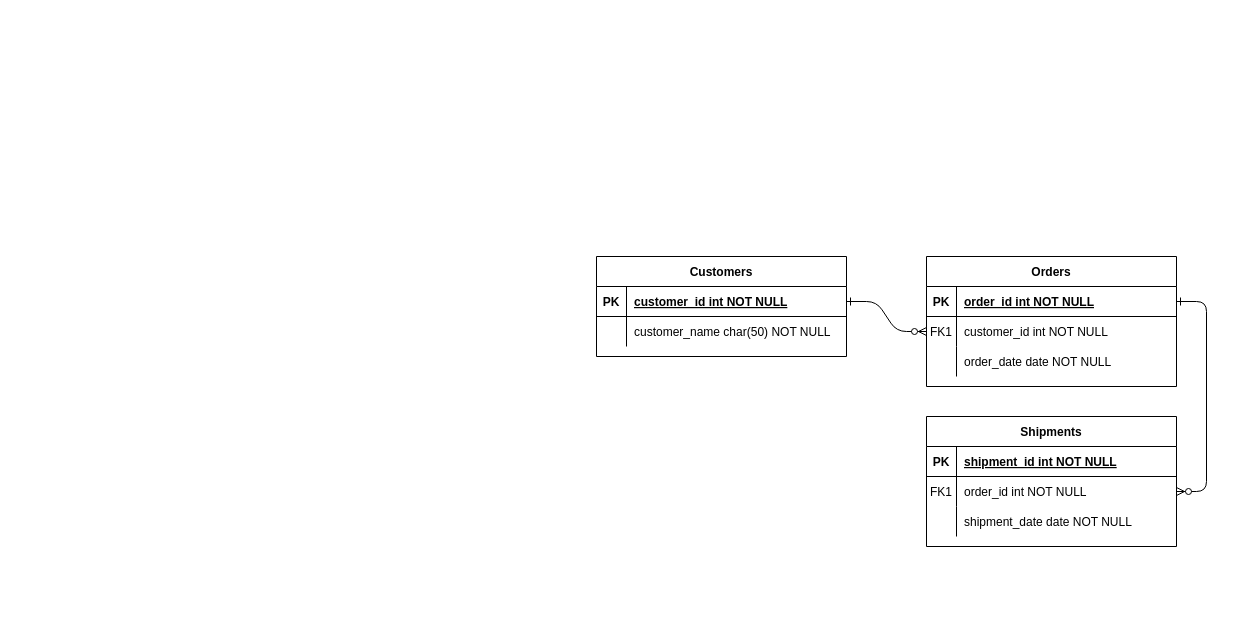
Above: Untitled Diagram.drawio in Chris-burd91/QA (draw.io), before the change. Source tidied: cells renumbered, new cells numbered last; positions are measured from the earlier drawing's top-left corner, leaving out a move shared by most shapes. Both pictures are drawn from the tidied source at 100%, with x=0, y=0 at pixel (596, 256).
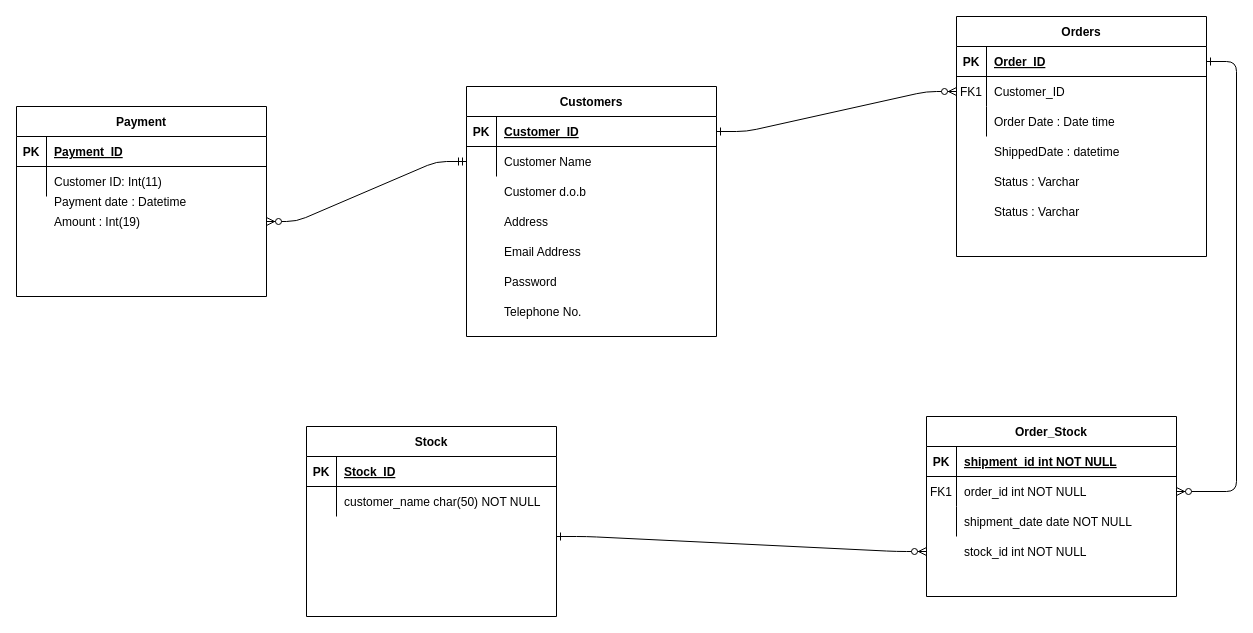
The same diagram, later.

Commit message:
Guitar Shop ERD

The change refers to these unchanged cells:
```xml
<mxCell id="5" style="shape=partialRectangle;fillColor=none;points=[[0,0.5],[1,0.5]];portConstraint=eastwest;top=0;left=0;right=0;bottom=1;" parent="4" vertex="1">
  <mxGeometry y="30" width="250" height="30" as="geometry" />
</mxCell>
<mxCell id="8" style="shape=partialRectangle;fillColor=none;points=[[0,0.5],[1,0.5]];portConstraint=eastwest;top=0;left=0;right=0;bottom=0;" parent="4" vertex="1">
  <mxGeometry y="60" width="250" height="30" as="geometry" />
</mxCell>
<mxCell id="11" style="shape=partialRectangle;fillColor=none;top=0;left=0;right=0;bottom=0;" parent="4" vertex="1">
  <mxGeometry y="90" width="250" height="30" as="geometry" />
</mxCell>
<mxCell id="25" style="shape=partialRectangle;fillColor=none;points=[[0,0.5],[1,0.5]];portConstraint=eastwest;top=0;left=0;right=0;bottom=1;" parent="24" vertex="1">
  <mxGeometry y="30" width="250" height="30" as="geometry" />
</mxCell>
<mxCell id="28" style="shape=partialRectangle;fillColor=none;points=[[0,0.5],[1,0.5]];portConstraint=eastwest;top=0;left=0;right=0;bottom=0;" parent="24" vertex="1">
  <mxGeometry y="60" width="250" height="30" as="geometry" />
</mxCell>
```

Change to the diagram source:
```diff
@@
+    <mxCell id="14" value="Order_Stock" style="shape=table;startSize=30;childLayout=tableLayout;rowLines=0;fontStyle=1;align=center;" parent="1" vertex="1">
+      <mxGeometry x="330" y="160" width="250" height="180" as="geometry" />
+    </mxCell>
+    <mxCell id="15" style="shape=partialRectangle;fillColor=none;top=0;left=0;right=0;bottom=1;" parent="14" vertex="1">
+      <mxGeometry y="30" width="250" height="30" as="geometry" />
+    </mxCell>
+    <mxCell id="16" value="PK" style="shape=partialRectangle;overflow=hidden;fillColor=none;top=0;left=0;bottom=0;right=0;fontStyle=1;" parent="15" vertex="1">
+      <mxGeometry width="30" height="30" as="geometry" />
+    </mxCell>
+    <mxCell id="17" value="shipment_id int NOT NULL " style="shape=partialRectangle;overflow=hidden;fillColor=none;top=0;left=0;bottom=0;right=0;align=left;spacingLeft=6;fontStyle=5;" parent="15" vertex="1">
+      <mxGeometry x="30" width="220" height="30" as="geometry" />
+    </mxCell>
+    <mxCell id="18" style="shape=partialRectangle;fillColor=none;points=[[0,0.5],[1,0.5]];portConstraint=eastwest;top=0;left=0;right=0;bottom=0;" parent="14" vertex="1">
+      <mxGeometry y="60" width="250" height="30" as="geometry" />
+    </mxCell>
+    <mxCell id="19" value="FK1" style="shape=partialRectangle;overflow=hidden;fillColor=none;top=0;left=0;bottom=0;right=0;" parent="18" vertex="1">
+      <mxGeometry width="30" height="30" as="geometry" />
+    </mxCell>
+    <mxCell id="20" value="order_id int NOT NULL" style="shape=partialRectangle;overflow=hidden;fillColor=none;top=0;left=0;bottom=0;right=0;align=left;spacingLeft=6;" parent="18" vertex="1">
+      <mxGeometry x="30" width="220" height="30" as="geometry" />
+    </mxCell>
+    <mxCell id="21" style="shape=partialRectangle;fillColor=none;top=0;left=0;right=0;bottom=0;" parent="14" vertex="1">
+      <mxGeometry y="90" width="250" height="30" as="geometry" />
+    </mxCell>
+    <mxCell id="22" style="shape=partialRectangle;overflow=hidden;fillColor=none;top=0;left=0;bottom=0;right=0;" parent="21" vertex="1">
+      <mxGeometry width="30" height="30" as="geometry" />
+    </mxCell>
+    <mxCell id="23" value="shipment_date date NOT NULL" style="shape=partialRectangle;overflow=hidden;fillColor=none;top=0;left=0;bottom=0;right=0;align=left;spacingLeft=6;" parent="21" vertex="1">
+      <mxGeometry x="30" width="220" height="30" as="geometry" />
+    </mxCell>
+    <mxCell id="31" value="stock_id int NOT NULL" style="shape=partialRectangle;overflow=hidden;fillColor=none;top=0;left=0;bottom=0;right=0;align=left;spacingLeft=6;" parent="1" vertex="1">
+      <mxGeometry x="360" y="280" width="220" height="30" as="geometry" />
+    </mxCell>
     <mxCell id="4" value="Orders" style="shape=table;startSize=30;childLayout=tableLayout;rowLines=0;fontStyle=1;align=center;" parent="1" vertex="1">
-      <mxGeometry x="330" width="250" height="130" as="geometry" />
+      <mxGeometry x="360" y="-240" width="250" height="240" as="geometry" />
     </mxCell>
@@
-    <mxCell id="7" value="order_id int NOT NULL " style="shape=partialRectangle;overflow=hidden;fillColor=none;top=0;left=0;bottom=0;right=0;align=left;spacingLeft=6;fontStyle=5;" parent="5" vertex="1">
+    <mxCell id="7" value="Order_ID" style="shape=partialRectangle;overflow=hidden;fillColor=none;top=0;left=0;bottom=0;right=0;align=left;spacingLeft=6;fontStyle=5;" parent="5" vertex="1">
       <mxGeometry x="30" width="220" height="30" as="geometry" />
     </mxCell>
@@
-    <mxCell id="10" value="customer_id int NOT NULL" style="shape=partialRectangle;overflow=hidden;fillColor=none;top=0;left=0;bottom=0;right=0;align=left;spacingLeft=6;" parent="8" vertex="1">
+    <mxCell id="10" value="Customer_ID" style="shape=partialRectangle;overflow=hidden;fillColor=none;top=0;left=0;bottom=0;right=0;align=left;spacingLeft=6;" parent="8" vertex="1">
       <mxGeometry x="30" width="220" height="30" as="geometry" />
     </mxCell>
@@
-    <mxCell id="13" value="order_date date NOT NULL" style="shape=partialRectangle;overflow=hidden;fillColor=none;top=0;left=0;bottom=0;right=0;align=left;spacingLeft=6;" parent="11" vertex="1">
+    <mxCell id="13" value="Order Date : Date time" style="shape=partialRectangle;overflow=hidden;fillColor=none;top=0;left=0;bottom=0;right=0;align=left;spacingLeft=6;" parent="11" vertex="1">
       <mxGeometry x="30" width="220" height="30" as="geometry" />
     </mxCell>
-    <mxCell id="14" value="Shipments" style="shape=table;startSize=30;childLayout=tableLayout;rowLines=0;fontStyle=1;align=center;" parent="1" vertex="1">
-      <mxGeometry x="330" y="160" width="250" height="130" as="geometry" />
-    </mxCell>
-    <mxCell id="15" style="shape=partialRectangle;fillColor=none;top=0;left=0;right=0;bottom=1;" parent="14" vertex="1">
-      <mxGeometry y="30" width="250" height="30" as="geometry" />
-    </mxCell>
-    <mxCell id="16" value="PK" style="shape=partialRectangle;overflow=hidden;fillColor=none;top=0;left=0;bottom=0;right=0;fontStyle=1;" parent="15" vertex="1">
-      <mxGeometry width="30" height="30" as="geometry" />
-    </mxCell>
-    <mxCell id="17" value="shipment_id int NOT NULL " style="shape=partialRectangle;overflow=hidden;fillColor=none;top=0;left=0;bottom=0;right=0;align=left;spacingLeft=6;fontStyle=5;" parent="15" vertex="1">
-      <mxGeometry x="30" width="220" height="30" as="geometry" />
-    </mxCell>
-    <mxCell id="18" style="shape=partialRectangle;fillColor=none;points=[[0,0.5],[1,0.5]];portConstraint=eastwest;top=0;left=0;right=0;bottom=0;" parent="14" vertex="1">
-      <mxGeometry y="60" width="250" height="30" as="geometry" />
-    </mxCell>
-    <mxCell id="19" value="FK1" style="shape=partialRectangle;overflow=hidden;fillColor=none;top=0;left=0;bottom=0;right=0;" parent="18" vertex="1">
-      <mxGeometry width="30" height="30" as="geometry" />
-    </mxCell>
-    <mxCell id="20" value="order_id int NOT NULL" style="shape=partialRectangle;overflow=hidden;fillColor=none;top=0;left=0;bottom=0;right=0;align=left;spacingLeft=6;" parent="18" vertex="1">
-      <mxGeometry x="30" width="220" height="30" as="geometry" />
-    </mxCell>
-    <mxCell id="21" style="shape=partialRectangle;fillColor=none;top=0;left=0;right=0;bottom=0;" parent="14" vertex="1">
-      <mxGeometry y="90" width="250" height="30" as="geometry" />
-    </mxCell>
-    <mxCell id="22" style="shape=partialRectangle;overflow=hidden;fillColor=none;top=0;left=0;bottom=0;right=0;" parent="21" vertex="1">
-      <mxGeometry width="30" height="30" as="geometry" />
-    </mxCell>
-    <mxCell id="23" value="shipment_date date NOT NULL" style="shape=partialRectangle;overflow=hidden;fillColor=none;top=0;left=0;bottom=0;right=0;align=left;spacingLeft=6;" parent="21" vertex="1">
-      <mxGeometry x="30" width="220" height="30" as="geometry" />
-    </mxCell>
     <mxCell id="24" value="Customers" style="shape=table;startSize=30;childLayout=tableLayout;rowLines=0;fontStyle=1;align=center;" parent="1" vertex="1">
-      <mxGeometry width="250" height="100" as="geometry" />
+      <mxGeometry x="-130" y="-170" width="250" height="250" as="geometry" />
     </mxCell>
@@
-    <mxCell id="27" value="customer_id int NOT NULL " style="shape=partialRectangle;overflow=hidden;fillColor=none;top=0;left=0;bottom=0;right=0;align=left;spacingLeft=6;fontStyle=5;" parent="25" vertex="1">
+    <mxCell id="27" value="Customer_ID" style="shape=partialRectangle;overflow=hidden;fillColor=none;top=0;left=0;bottom=0;right=0;align=left;spacingLeft=6;fontStyle=5;" parent="25" vertex="1">
       <mxGeometry x="30" width="220" height="30" as="geometry" />
     </mxCell>
@@
-    <mxCell id="30" value="customer_name char(50) NOT NULL" style="shape=partialRectangle;overflow=hidden;fillColor=none;top=0;left=0;bottom=0;right=0;align=left;spacingLeft=6;" parent="28" vertex="1">
+    <mxCell id="30" value="Customer Name" style="shape=partialRectangle;overflow=hidden;fillColor=none;top=0;left=0;bottom=0;right=0;align=left;spacingLeft=6;" parent="28" vertex="1">
       <mxGeometry x="30" width="220" height="30" as="geometry" />
     </mxCell>
+    <mxCell id="32" value="Customer d.o.b" style="shape=partialRectangle;overflow=hidden;fillColor=none;top=0;left=0;bottom=0;right=0;align=left;spacingLeft=6;" parent="1" vertex="1">
+      <mxGeometry x="-100" y="-80" width="220" height="30" as="geometry" />
+    </mxCell>
+    <mxCell id="33" value="Address" style="shape=partialRectangle;overflow=hidden;fillColor=none;top=0;left=0;bottom=0;right=0;align=left;spacingLeft=6;" parent="1" vertex="1">
+      <mxGeometry x="-100" y="-50" width="220" height="30" as="geometry" />
+    </mxCell>
+    <mxCell id="34" value="Email Address" style="shape=partialRectangle;overflow=hidden;fillColor=none;top=0;left=0;bottom=0;right=0;align=left;spacingLeft=6;" parent="1" vertex="1">
+      <mxGeometry x="-100" y="-20" width="220" height="30" as="geometry" />
+    </mxCell>
+    <mxCell id="35" value="Password" style="shape=partialRectangle;overflow=hidden;fillColor=none;top=0;left=0;bottom=0;right=0;align=left;spacingLeft=6;" parent="1" vertex="1">
+      <mxGeometry x="-100" y="10" width="220" height="30" as="geometry" />
+    </mxCell>
+    <mxCell id="36" value="Telephone No." style="shape=partialRectangle;overflow=hidden;fillColor=none;top=0;left=0;bottom=0;right=0;align=left;spacingLeft=6;" parent="1" vertex="1">
+      <mxGeometry x="-100" y="40" width="220" height="30" as="geometry" />
+    </mxCell>
+    <mxCell id="37" value="Payment" style="shape=table;startSize=30;childLayout=tableLayout;rowLines=0;fontStyle=1;align=center;" parent="1" vertex="1">
+      <mxGeometry x="-580" y="-150" width="250" height="190" as="geometry" />
+    </mxCell>
+    <mxCell id="38" style="shape=partialRectangle;fillColor=none;top=0;left=0;right=0;bottom=1;" parent="37" vertex="1">
+      <mxGeometry y="30" width="250" height="30" as="geometry" />
+    </mxCell>
+    <mxCell id="39" value="PK" style="shape=partialRectangle;overflow=hidden;fillColor=none;top=0;left=0;bottom=0;right=0;fontStyle=1;" parent="38" vertex="1">
+      <mxGeometry width="30" height="30" as="geometry" />
+    </mxCell>
+    <mxCell id="40" value="Payment_ID" style="shape=partialRectangle;overflow=hidden;fillColor=none;top=0;left=0;bottom=0;right=0;align=left;spacingLeft=6;fontStyle=5;" parent="38" vertex="1">
+      <mxGeometry x="30" width="220" height="30" as="geometry" />
+    </mxCell>
+    <mxCell id="41" style="shape=partialRectangle;fillColor=none;top=0;left=0;right=0;bottom=0;" parent="37" vertex="1">
+      <mxGeometry y="60" width="250" height="30" as="geometry" />
+    </mxCell>
+    <mxCell id="42" style="shape=partialRectangle;overflow=hidden;fillColor=none;top=0;left=0;bottom=0;right=0;" parent="41" vertex="1">
+      <mxGeometry width="30" height="30" as="geometry" />
+    </mxCell>
+    <mxCell id="43" value="Customer ID: Int(11)" style="shape=partialRectangle;overflow=hidden;fillColor=none;top=0;left=0;bottom=0;right=0;align=left;spacingLeft=6;" parent="41" vertex="1">
+      <mxGeometry x="30" width="220" height="30" as="geometry" />
+    </mxCell>
+    <mxCell id="44" style="shape=partialRectangle;fillColor=none;top=0;left=0;right=0;bottom=0;" parent="1" vertex="1">
+      <mxGeometry x="-580" y="-70" width="250" height="30" as="geometry" />
+    </mxCell>
+    <mxCell id="45" style="shape=partialRectangle;overflow=hidden;fillColor=none;top=0;left=0;bottom=0;right=0;" parent="44" vertex="1">
+      <mxGeometry width="30" height="30" as="geometry" />
+    </mxCell>
+    <mxCell id="46" value="Payment date : Datetime" style="shape=partialRectangle;overflow=hidden;fillColor=none;top=0;left=0;bottom=0;right=0;align=left;spacingLeft=6;" parent="44" vertex="1">
+      <mxGeometry x="30" width="220" height="30" as="geometry" />
+    </mxCell>
+    <mxCell id="47" style="shape=partialRectangle;fillColor=none;points=[[0,0.5],[1,0.5]];portConstraint=eastwest;top=0;left=0;right=0;bottom=0;" parent="1" vertex="1">
+      <mxGeometry x="-580" y="-50" width="250" height="30" as="geometry" />
+    </mxCell>
+    <mxCell id="48" style="shape=partialRectangle;overflow=hidden;fillColor=none;top=0;left=0;bottom=0;right=0;" parent="47" vertex="1">
+      <mxGeometry width="30" height="30" as="geometry" />
+    </mxCell>
+    <mxCell id="49" value="Amount : Int(19)" style="shape=partialRectangle;overflow=hidden;fillColor=none;top=0;left=0;bottom=0;right=0;align=left;spacingLeft=6;" parent="47" vertex="1">
+      <mxGeometry x="30" width="220" height="30" as="geometry" />
+    </mxCell>
+    <mxCell id="50" style="edgeStyle=entityRelationEdgeStyle;fontSize=12;html=1;endArrow=ERzeroToMany;startArrow=ERmandOne;" parent="1" edge="1" source="28" target="47">
+      <mxGeometry relative="1" as="geometry" />
+    </mxCell>
+    <mxCell id="51" style="edgeStyle=entityRelationEdgeStyle;endArrow=ERzeroToMany;startArrow=ERone;endFill=1;startFill=0;entryX=0;entryY=0.75;entryDx=0;entryDy=0;" parent="1" edge="1" target="14">
+      <mxGeometry relative="1" as="geometry">
+        <mxPoint x="-40" y="280" as="sourcePoint" />
+      </mxGeometry>
+    </mxCell>
+    <mxCell id="52" value="Stock" style="shape=table;startSize=30;childLayout=tableLayout;rowLines=0;fontStyle=1;align=center;" parent="1" vertex="1">
+      <mxGeometry x="-290" y="170" width="250" height="190" as="geometry" />
+    </mxCell>
+    <mxCell id="53" style="shape=partialRectangle;fillColor=none;top=0;left=0;right=0;bottom=1;" parent="52" vertex="1">
+      <mxGeometry y="30" width="250" height="30" as="geometry" />
+    </mxCell>
+    <mxCell id="54" value="PK" style="shape=partialRectangle;overflow=hidden;fillColor=none;top=0;left=0;bottom=0;right=0;fontStyle=1;" parent="53" vertex="1">
+      <mxGeometry width="30" height="30" as="geometry" />
+    </mxCell>
+    <mxCell id="55" value="Stock_ID" style="shape=partialRectangle;overflow=hidden;fillColor=none;top=0;left=0;bottom=0;right=0;align=left;spacingLeft=6;fontStyle=5;" parent="53" vertex="1">
+      <mxGeometry x="30" width="220" height="30" as="geometry" />
+    </mxCell>
+    <mxCell id="56" style="shape=partialRectangle;fillColor=none;top=0;left=0;right=0;bottom=0;" parent="52" vertex="1">
+      <mxGeometry y="60" width="250" height="30" as="geometry" />
+    </mxCell>
+    <mxCell id="57" style="shape=partialRectangle;overflow=hidden;fillColor=none;top=0;left=0;bottom=0;right=0;" parent="56" vertex="1">
+      <mxGeometry width="30" height="30" as="geometry" />
+    </mxCell>
+    <mxCell id="58" value="customer_name char(50) NOT NULL" style="shape=partialRectangle;overflow=hidden;fillColor=none;top=0;left=0;bottom=0;right=0;align=left;spacingLeft=6;" parent="56" vertex="1">
+      <mxGeometry x="30" width="220" height="30" as="geometry" />
+    </mxCell>
+    <mxCell id="59" value="ShippedDate : datetime" style="shape=partialRectangle;overflow=hidden;fillColor=none;top=0;left=0;bottom=0;right=0;align=left;spacingLeft=6;" parent="1" vertex="1">
+      <mxGeometry x="390" y="-120" width="220" height="30" as="geometry" />
+    </mxCell>
+    <mxCell id="60" value="Status : Varchar" style="shape=partialRectangle;overflow=hidden;fillColor=none;top=0;left=0;bottom=0;right=0;align=left;spacingLeft=6;" parent="1" vertex="1">
+      <mxGeometry x="390" y="-90" width="220" height="30" as="geometry" />
+    </mxCell>
+    <mxCell id="61" value="Status : Varchar" style="shape=partialRectangle;overflow=hidden;fillColor=none;top=0;left=0;bottom=0;right=0;align=left;spacingLeft=6;" parent="1" vertex="1">
+      <mxGeometry x="390" y="-60" width="220" height="30" as="geometry" />
+    </mxCell>
```
